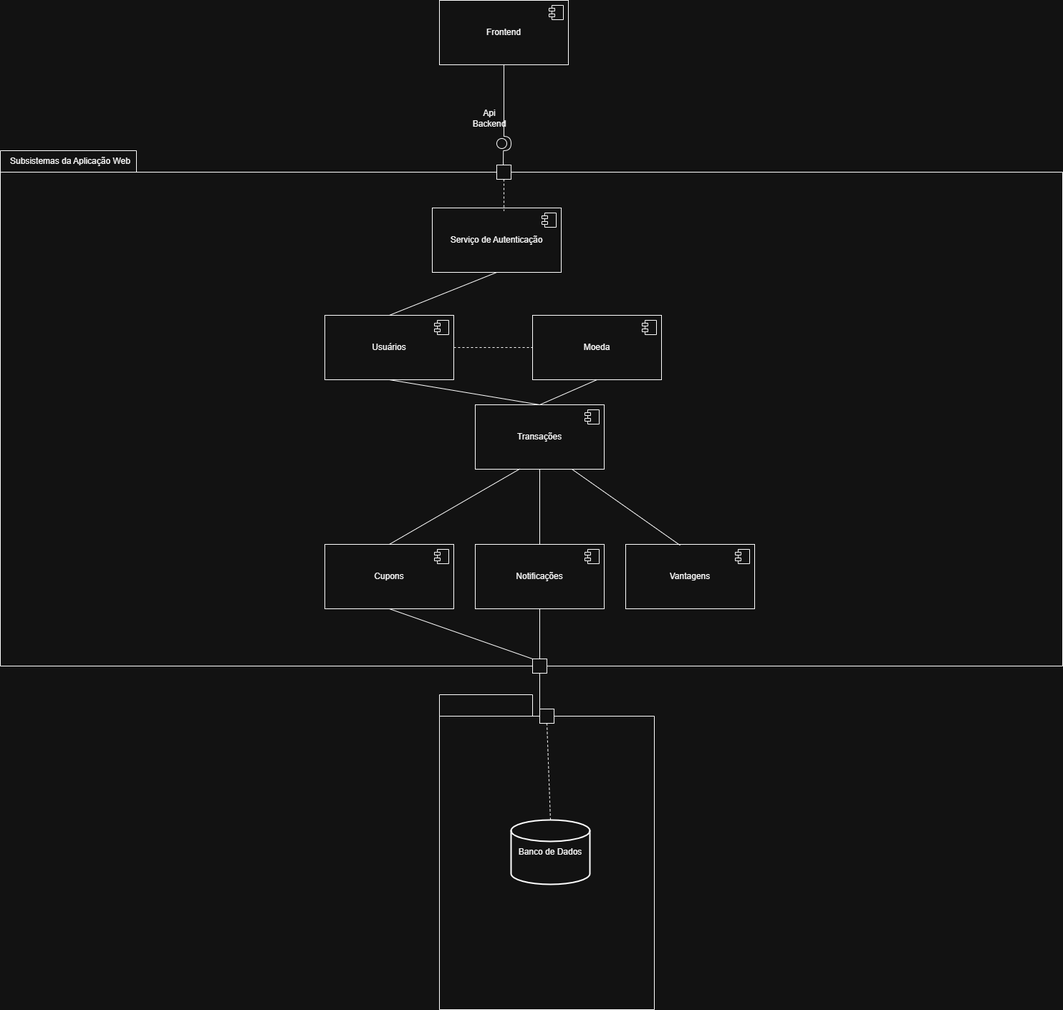
The draw.io diagram Documentos/Diagramas/Imagens/diagrama-componentes.png in Mateus7799/Lab-Dev-sistema-moeda-estudantil, before a commit. Source tidied: cells renumbered, new cells last; positions are measured from the earlier drawing's top-left corner, leaving out a move shared by most shapes.
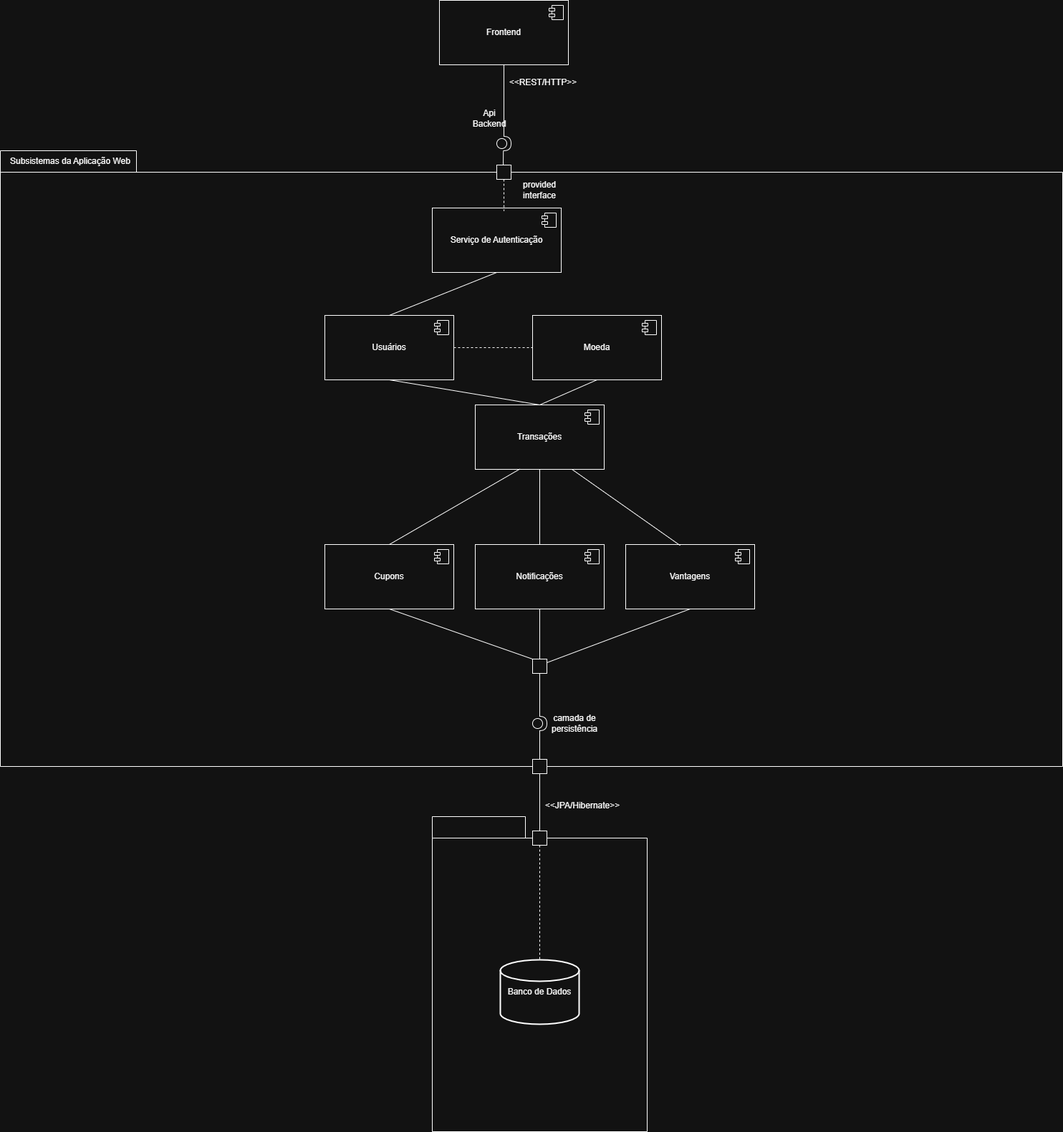
Above is the later version.

The edit, as a diff of the source:
```diff
@@ -2,11 +2,11 @@
   <root>
     <mxCell id="0" />
     <mxCell id="1" parent="0" />
-    <mxCell id="2" value="&lt;span style=&quot;color: rgba(0, 0, 0, 0); font-family: monospace; font-size: 0px; font-weight: 400; text-align: start; white-space: nowrap;&quot;&gt;%3CmxGraphModel%3E%3Croot%3E%3CmxCell%20id%3D%220%22%2F%3E%3CmxCell%20id%3D%221%22%20parent%3D%220%22%2F%3E%3CmxCell%20id%3D%222%22%20edge%3D%221%22%20parent%3D%221%22%20style%3D%22endArrow%3Dnone%3Bhtml%3D1%3Brounded%3D0%3BentryX%3D1%3BentryY%3D0.5%3BentryDx%3D0%3BentryDy%3D0%3BexitX%3D0.003%3BexitY%3D0.56%3BexitDx%3D0%3BexitDy%3D0%3BexitPerimeter%3D0%3B%22%20value%3D%22%22%3E%3CmxGeometry%20height%3D%2250%22%20relative%3D%221%22%20width%3D%2250%22%20as%3D%22geometry%22%3E%3CmxPoint%20x%3D%22-259%22%20y%3D%22709%22%20as%3D%22sourcePoint%22%2F%3E%3CmxPoint%20x%3D%22-210%22%20y%3D%22469.23%22%20as%3D%22targetPoint%22%2F%3E%3C%2FmxGeometry%3E%3C%2FmxCell%3E%3C%2Froot%3E%3C%2FmxGraphModel%3E&lt;/span&gt;" style="shape=folder;fontStyle=1;spacingTop=10;tabWidth=190;tabHeight=30;tabPosition=left;html=1;whiteSpace=wrap;" parent="1" vertex="1">
-      <mxGeometry y="210" width="1483" height="720" as="geometry" />
+    <mxCell id="2" style="shape=folder;fontStyle=1;spacingTop=10;tabWidth=190;tabHeight=30;tabPosition=left;html=1;whiteSpace=wrap;" parent="1" vertex="1">
+      <mxGeometry y="210" width="1483" height="860" as="geometry" />
     </mxCell>
     <mxCell id="3" style="shape=folder;fontStyle=1;spacingTop=10;tabWidth=130;tabHeight=30;tabPosition=left;html=1;whiteSpace=wrap;" parent="1" vertex="1">
-      <mxGeometry x="613" y="970" width="300" height="440" as="geometry" />
+      <mxGeometry x="603" y="1140" width="300" height="440" as="geometry" />
     </mxCell>
     <mxCell id="4" value="Vantagens" style="html=1;whiteSpace=wrap;" parent="1" vertex="1">
       <mxGeometry x="873" y="760" width="180" height="90" as="geometry" />
@@ -17,7 +17,7 @@
       </mxGeometry>
     </mxCell>
     <mxCell id="6" value="Banco de Dados" style="strokeWidth=2;html=1;shape=mxgraph.flowchart.database;whiteSpace=wrap;" parent="1" vertex="1">
-      <mxGeometry x="713" y="1145" width="110" height="90" as="geometry" />
+      <mxGeometry x="698" y="1340" width="110" height="90" as="geometry" />
     </mxCell>
     <mxCell id="7" style="shape=providedRequiredInterface;html=1;verticalLabelPosition=bottom;sketch=0;" parent="1" vertex="1">
       <mxGeometry x="693" y="190" width="20" height="20" as="geometry" />
@@ -26,7 +26,7 @@
       <mxGeometry x="13" y="210" width="170" height="30" as="geometry" />
     </mxCell>
     <mxCell id="9" style="html=1;rounded=0;" parent="1" vertex="1">
-      <mxGeometry x="753" y="990" width="20" height="20" as="geometry" />
+      <mxGeometry x="743" y="1160" width="20" height="20" as="geometry" />
     </mxCell>
     <mxCell id="10" style="html=1;rounded=0;" parent="1" vertex="1">
       <mxGeometry x="743" y="920" width="20" height="20" as="geometry" />
@@ -131,7 +131,7 @@
     <mxCell id="36" style="endArrow=none;dashed=1;html=1;rounded=0;exitX=0.5;exitY=1;exitDx=0;exitDy=0;entryX=0.5;entryY=0;entryDx=0;entryDy=0;entryPerimeter=0;" parent="1" edge="1" source="9" target="6">
       <mxGeometry relative="1" as="geometry" />
     </mxCell>
-    <mxCell id="37" style="endArrow=none;html=1;rounded=0;entryX=0.5;entryY=1;entryDx=0;entryDy=0;exitX=0;exitY=0;exitDx=0;exitDy=0;" parent="1" edge="1" source="9" target="10">
+    <mxCell id="37" style="endArrow=none;html=1;rounded=0;entryX=0.5;entryY=1;entryDx=0;entryDy=0;exitX=0.5;exitY=0;exitDx=0;exitDy=0;" parent="1" edge="1" source="47" target="10">
       <mxGeometry relative="1" as="geometry" />
     </mxCell>
     <mxCell id="38" style="endArrow=none;html=1;rounded=0;entryX=0.5;entryY=1;entryDx=0;entryDy=0;exitX=0;exitY=0;exitDx=0;exitDy=0;" parent="1" edge="1" source="10" target="31">
@@ -146,5 +146,32 @@
     <mxCell id="41" style="endArrow=none;html=1;rounded=0;exitX=0.5;exitY=0;exitDx=0;exitDy=0;entryX=0.5;entryY=1;entryDx=0;entryDy=0;" parent="1" edge="1" source="17" target="13">
       <mxGeometry relative="1" as="geometry" />
     </mxCell>
+    <mxCell id="42" value="provided interface" style="text;html=1;whiteSpace=wrap;strokeColor=none;fillColor=none;align=center;verticalAlign=middle;rounded=0;" parent="1" vertex="1">
+      <mxGeometry x="723" y="250" width="60" height="30" as="geometry" />
+    </mxCell>
+    <mxCell id="43" value="camada de persistência" style="text;html=1;whiteSpace=wrap;strokeColor=none;fillColor=none;align=center;verticalAlign=middle;rounded=0;" parent="1" vertex="1">
+      <mxGeometry x="771.5" y="995" width="60" height="30" as="geometry" />
+    </mxCell>
+    <mxCell id="44" style="endArrow=none;html=1;rounded=0;entryX=0.5;entryY=1;entryDx=0;entryDy=0;exitX=0.5;exitY=0;exitDx=0;exitDy=0;" parent="1" edge="1" source="9" target="45">
+      <mxGeometry relative="1" as="geometry" />
+    </mxCell>
+    <mxCell id="45" style="html=1;rounded=0;" parent="1" vertex="1">
+      <mxGeometry x="743" y="1060" width="20" height="20" as="geometry" />
+    </mxCell>
+    <mxCell id="46" style="endArrow=none;html=1;rounded=0;entryX=0.5;entryY=1;entryDx=0;entryDy=0;exitX=0.5;exitY=0;exitDx=0;exitDy=0;" parent="1" edge="1" source="45" target="47">
+      <mxGeometry relative="1" as="geometry" />
+    </mxCell>
+    <mxCell id="47" style="shape=providedRequiredInterface;html=1;verticalLabelPosition=bottom;sketch=0;" parent="1" vertex="1">
+      <mxGeometry x="743" y="1000" width="20" height="20" as="geometry" />
+    </mxCell>
+    <mxCell id="48" style="endArrow=none;html=1;rounded=0;entryX=0.5;entryY=1;entryDx=0;entryDy=0;exitX=1;exitY=0.25;exitDx=0;exitDy=0;" parent="1" edge="1" source="10" target="4">
+      <mxGeometry relative="1" as="geometry" />
+    </mxCell>
+    <mxCell id="49" value="&amp;lt;&amp;lt;REST/HTTP&amp;gt;&amp;gt;" style="text;html=1;whiteSpace=wrap;strokeColor=none;fillColor=none;align=center;verticalAlign=middle;rounded=0;" parent="1" vertex="1">
+      <mxGeometry x="743" y="110" width="30" height="10" as="geometry" />
+    </mxCell>
+    <mxCell id="50" value="&amp;lt;&amp;lt;JPA/Hibernate&amp;gt;&amp;gt;" style="text;html=1;whiteSpace=wrap;strokeColor=none;fillColor=none;align=center;verticalAlign=middle;rounded=0;" parent="1" vertex="1">
+      <mxGeometry x="783" y="1110" width="60" height="30" as="geometry" />
+    </mxCell>
   </root>
 </mxGraphModel>
```
